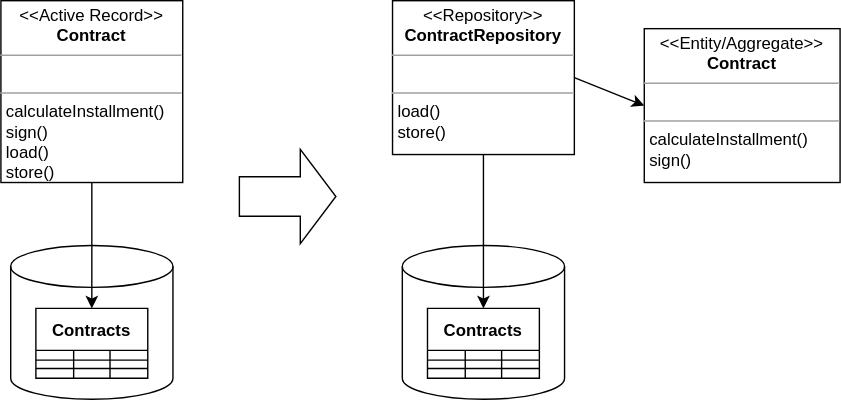
Earlier version of the draw.io export images/domain-driven-refactorings/tactical/split-active-record.drawio.svg (hschwentner/hschwentner.io). Source tidied: cells renumbered, new cells last; positions are measured from the earlier drawing's top-left corner, leaving out a move shared by most shapes. The source it was exported from:
```xml
<mxGraphModel>
  <root>
    <mxCell id="0" />
    <mxCell id="1" parent="0" />
    <mxCell id="2" value="&lt;p style=&quot;margin: 0px ; margin-top: 4px ; text-align: center&quot;&gt;&amp;lt;&amp;lt;Active Record&amp;gt;&amp;gt;&lt;br&gt;&lt;b&gt;Contract&lt;/b&gt;&lt;/p&gt;&lt;hr size=&quot;1&quot;&gt;&lt;p style=&quot;margin: 0px ; margin-left: 4px&quot;&gt;&lt;br&gt;&lt;/p&gt;&lt;hr size=&quot;1&quot;&gt;&lt;p style=&quot;margin: 0px ; margin-left: 4px&quot;&gt;&lt;span&gt;calculateInstallment()&lt;/span&gt;&lt;br&gt;&lt;/p&gt;&lt;p style=&quot;margin: 0px ; margin-left: 4px&quot;&gt;sign()&lt;/p&gt;&lt;p style=&quot;margin: 0px ; margin-left: 4px&quot;&gt;load()&lt;/p&gt;&lt;p style=&quot;margin: 0px ; margin-left: 4px&quot;&gt;store()&lt;/p&gt;" style="verticalAlign=top;align=left;overflow=fill;fontSize=12;fontFamily=Helvetica;html=1;" parent="1" vertex="1">
      <mxGeometry width="130" height="130" as="geometry" />
    </mxCell>
    <mxCell id="3" style="shape=flexArrow;endArrow=classic;html=1;rounded=0;endWidth=38.14814814814815;endSize=8.15;width=28.333333333333332;" parent="1" edge="1">
      <mxGeometry relative="1" as="geometry">
        <mxPoint x="170" y="140" as="sourcePoint" />
        <mxPoint x="240" y="140" as="targetPoint" />
      </mxGeometry>
    </mxCell>
    <mxCell id="4" style="shape=cylinder3;whiteSpace=wrap;html=1;boundedLbl=1;backgroundOutline=1;size=15;" parent="1" vertex="1">
      <mxGeometry x="7" y="175" width="116" height="110" as="geometry" />
    </mxCell>
    <mxCell id="5" value="Contracts" style="shape=table;startSize=30;fontStyle=1;align=center;" parent="1" vertex="1">
      <mxGeometry x="25" y="220" width="80" height="50" as="geometry" />
    </mxCell>
    <mxCell id="6" style="shape=partialRectangle;html=1;whiteSpace=wrap;fillColor=none;top=0;left=0;bottom=0;right=0;" parent="5" vertex="1">
      <mxGeometry y="30" width="80" height="7" as="geometry" />
    </mxCell>
    <mxCell id="7" style="shape=partialRectangle;html=1;whiteSpace=wrap;fillColor=none;top=0;left=0;bottom=0;right=0;overflow=hidden;" parent="6" vertex="1">
      <mxGeometry width="27" height="7" as="geometry" />
    </mxCell>
    <mxCell id="8" style="shape=partialRectangle;html=1;whiteSpace=wrap;fillColor=none;top=0;left=0;bottom=0;right=0;overflow=hidden;" parent="6" vertex="1">
      <mxGeometry x="27" width="26" height="7" as="geometry" />
    </mxCell>
    <mxCell id="9" style="shape=partialRectangle;html=1;whiteSpace=wrap;fillColor=none;top=0;left=0;bottom=0;right=0;overflow=hidden;" parent="6" vertex="1">
      <mxGeometry x="53" width="27" height="7" as="geometry" />
    </mxCell>
    <mxCell id="10" style="shape=partialRectangle;html=1;whiteSpace=wrap;fillColor=none;top=0;left=0;bottom=0;right=0;" parent="5" vertex="1">
      <mxGeometry y="37" width="80" height="6" as="geometry" />
    </mxCell>
    <mxCell id="11" style="shape=partialRectangle;html=1;whiteSpace=wrap;fillColor=none;top=0;left=0;bottom=0;right=0;overflow=hidden;" parent="10" vertex="1">
      <mxGeometry width="27" height="6" as="geometry" />
    </mxCell>
    <mxCell id="12" style="shape=partialRectangle;html=1;whiteSpace=wrap;fillColor=none;top=0;left=0;bottom=0;right=0;overflow=hidden;" parent="10" vertex="1">
      <mxGeometry x="27" width="26" height="6" as="geometry" />
    </mxCell>
    <mxCell id="13" style="shape=partialRectangle;html=1;whiteSpace=wrap;fillColor=none;top=0;left=0;bottom=0;right=0;overflow=hidden;" parent="10" vertex="1">
      <mxGeometry x="53" width="27" height="6" as="geometry" />
    </mxCell>
    <mxCell id="14" style="shape=partialRectangle;html=1;whiteSpace=wrap;fillColor=none;top=0;left=0;bottom=0;right=0;" parent="5" vertex="1">
      <mxGeometry y="43" width="80" height="7" as="geometry" />
    </mxCell>
    <mxCell id="15" style="shape=partialRectangle;html=1;whiteSpace=wrap;fillColor=none;top=0;left=0;bottom=0;right=0;overflow=hidden;" parent="14" vertex="1">
      <mxGeometry width="27" height="7" as="geometry" />
    </mxCell>
    <mxCell id="16" style="shape=partialRectangle;html=1;whiteSpace=wrap;fillColor=none;top=0;left=0;bottom=0;right=0;overflow=hidden;" parent="14" vertex="1">
      <mxGeometry x="27" width="26" height="7" as="geometry" />
    </mxCell>
    <mxCell id="17" style="shape=partialRectangle;html=1;whiteSpace=wrap;fillColor=none;top=0;left=0;bottom=0;right=0;overflow=hidden;" parent="14" vertex="1">
      <mxGeometry x="53" width="27" height="7" as="geometry" />
    </mxCell>
    <mxCell id="18" style="endArrow=classic;html=1;exitX=0.5;exitY=1;exitDx=0;exitDy=0;entryX=0.5;entryY=0;entryDx=0;entryDy=0;" parent="1" edge="1" source="2" target="5">
      <mxGeometry relative="1" as="geometry" />
    </mxCell>
    <mxCell id="19" style="edgeStyle=none;html=1;exitX=1;exitY=0.5;exitDx=0;exitDy=0;entryX=0;entryY=0.5;entryDx=0;entryDy=0;" parent="1" edge="1" source="20" target="36">
      <mxGeometry relative="1" as="geometry" />
    </mxCell>
    <mxCell id="20" value="&lt;p style=&quot;margin: 0px ; margin-top: 4px ; text-align: center&quot;&gt;&amp;lt;&amp;lt;Repository&amp;gt;&amp;gt;&lt;br&gt;&lt;b&gt;ContractRepository&lt;/b&gt;&lt;/p&gt;&lt;hr size=&quot;1&quot;&gt;&lt;p style=&quot;margin: 0px ; margin-left: 4px&quot;&gt;&lt;br&gt;&lt;/p&gt;&lt;hr size=&quot;1&quot;&gt;&lt;p style=&quot;margin: 0px ; margin-left: 4px&quot;&gt;&lt;span&gt;load()&lt;/span&gt;&lt;br&gt;&lt;/p&gt;&lt;p style=&quot;margin: 0px ; margin-left: 4px&quot;&gt;store()&lt;/p&gt;" style="verticalAlign=top;align=left;overflow=fill;fontSize=12;fontFamily=Helvetica;html=1;" parent="1" vertex="1">
      <mxGeometry x="280" width="130" height="110" as="geometry" />
    </mxCell>
    <mxCell id="21" style="shape=cylinder3;whiteSpace=wrap;html=1;boundedLbl=1;backgroundOutline=1;size=15;" parent="1" vertex="1">
      <mxGeometry x="287" y="175" width="116" height="110" as="geometry" />
    </mxCell>
    <mxCell id="22" value="Contracts" style="shape=table;startSize=30;fontStyle=1;align=center;" parent="1" vertex="1">
      <mxGeometry x="305" y="220" width="80" height="50" as="geometry" />
    </mxCell>
    <mxCell id="23" style="shape=partialRectangle;html=1;whiteSpace=wrap;fillColor=none;top=0;left=0;bottom=0;right=0;" parent="22" vertex="1">
      <mxGeometry y="30" width="80" height="7" as="geometry" />
    </mxCell>
    <mxCell id="24" style="shape=partialRectangle;html=1;whiteSpace=wrap;fillColor=none;top=0;left=0;bottom=0;right=0;overflow=hidden;" parent="23" vertex="1">
      <mxGeometry width="27" height="7" as="geometry" />
    </mxCell>
    <mxCell id="25" style="shape=partialRectangle;html=1;whiteSpace=wrap;fillColor=none;top=0;left=0;bottom=0;right=0;overflow=hidden;" parent="23" vertex="1">
      <mxGeometry x="27" width="26" height="7" as="geometry" />
    </mxCell>
    <mxCell id="26" style="shape=partialRectangle;html=1;whiteSpace=wrap;fillColor=none;top=0;left=0;bottom=0;right=0;overflow=hidden;" parent="23" vertex="1">
      <mxGeometry x="53" width="27" height="7" as="geometry" />
    </mxCell>
    <mxCell id="27" style="shape=partialRectangle;html=1;whiteSpace=wrap;fillColor=none;top=0;left=0;bottom=0;right=0;" parent="22" vertex="1">
      <mxGeometry y="37" width="80" height="6" as="geometry" />
    </mxCell>
    <mxCell id="28" style="shape=partialRectangle;html=1;whiteSpace=wrap;fillColor=none;top=0;left=0;bottom=0;right=0;overflow=hidden;" parent="27" vertex="1">
      <mxGeometry width="27" height="6" as="geometry" />
    </mxCell>
    <mxCell id="29" style="shape=partialRectangle;html=1;whiteSpace=wrap;fillColor=none;top=0;left=0;bottom=0;right=0;overflow=hidden;" parent="27" vertex="1">
      <mxGeometry x="27" width="26" height="6" as="geometry" />
    </mxCell>
    <mxCell id="30" style="shape=partialRectangle;html=1;whiteSpace=wrap;fillColor=none;top=0;left=0;bottom=0;right=0;overflow=hidden;" parent="27" vertex="1">
      <mxGeometry x="53" width="27" height="6" as="geometry" />
    </mxCell>
    <mxCell id="31" style="shape=partialRectangle;html=1;whiteSpace=wrap;fillColor=none;top=0;left=0;bottom=0;right=0;" parent="22" vertex="1">
      <mxGeometry y="43" width="80" height="7" as="geometry" />
    </mxCell>
    <mxCell id="32" style="shape=partialRectangle;html=1;whiteSpace=wrap;fillColor=none;top=0;left=0;bottom=0;right=0;overflow=hidden;" parent="31" vertex="1">
      <mxGeometry width="27" height="7" as="geometry" />
    </mxCell>
    <mxCell id="33" style="shape=partialRectangle;html=1;whiteSpace=wrap;fillColor=none;top=0;left=0;bottom=0;right=0;overflow=hidden;" parent="31" vertex="1">
      <mxGeometry x="27" width="26" height="7" as="geometry" />
    </mxCell>
    <mxCell id="34" style="shape=partialRectangle;html=1;whiteSpace=wrap;fillColor=none;top=0;left=0;bottom=0;right=0;overflow=hidden;" parent="31" vertex="1">
      <mxGeometry x="53" width="27" height="7" as="geometry" />
    </mxCell>
    <mxCell id="35" style="endArrow=classic;html=1;exitX=0.5;exitY=1;exitDx=0;exitDy=0;entryX=0.5;entryY=0;entryDx=0;entryDy=0;" parent="1" edge="1" source="20" target="22">
      <mxGeometry relative="1" as="geometry" />
    </mxCell>
    <mxCell id="36" value="&lt;p style=&quot;margin: 0px ; margin-top: 4px ; text-align: center&quot;&gt;&amp;lt;&amp;lt;Entity/Aggregate&amp;gt;&amp;gt;&lt;br&gt;&lt;b&gt;Contract&lt;/b&gt;&lt;/p&gt;&lt;hr size=&quot;1&quot;&gt;&lt;p style=&quot;margin: 0px ; margin-left: 4px&quot;&gt;&lt;br&gt;&lt;/p&gt;&lt;hr size=&quot;1&quot;&gt;&lt;p style=&quot;margin: 0px ; margin-left: 4px&quot;&gt;&lt;span&gt;calculateInstallment()&lt;/span&gt;&lt;br&gt;&lt;/p&gt;&lt;p style=&quot;margin: 0px ; margin-left: 4px&quot;&gt;sign()&lt;/p&gt;&lt;p style=&quot;margin: 0px ; margin-left: 4px&quot;&gt;&lt;br&gt;&lt;/p&gt;" style="verticalAlign=top;align=left;overflow=fill;fontSize=12;fontFamily=Helvetica;html=1;" parent="1" vertex="1">
      <mxGeometry x="460" y="20" width="140" height="110" as="geometry" />
    </mxCell>
  </root>
</mxGraphModel>
```
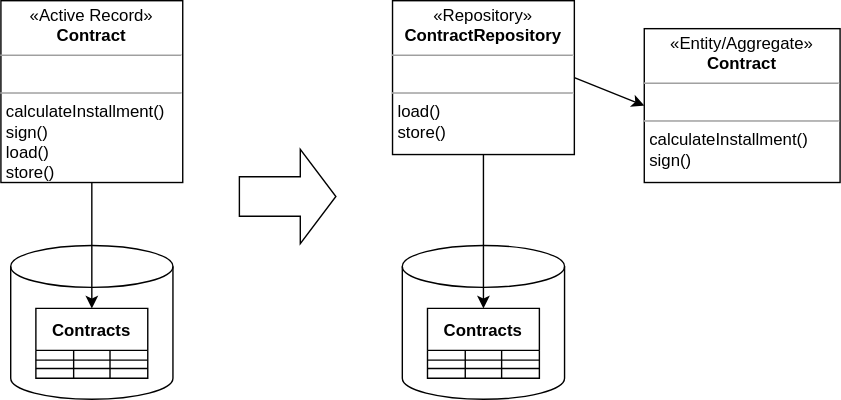
Later version of the same file.

What changed in the source:
```diff
@@ -2,7 +2,7 @@
   <root>
     <mxCell id="0" />
     <mxCell id="1" parent="0" />
-    <mxCell id="2" value="&lt;p style=&quot;margin: 0px ; margin-top: 4px ; text-align: center&quot;&gt;&amp;lt;&amp;lt;Active Record&amp;gt;&amp;gt;&lt;br&gt;&lt;b&gt;Contract&lt;/b&gt;&lt;/p&gt;&lt;hr size=&quot;1&quot;&gt;&lt;p style=&quot;margin: 0px ; margin-left: 4px&quot;&gt;&lt;br&gt;&lt;/p&gt;&lt;hr size=&quot;1&quot;&gt;&lt;p style=&quot;margin: 0px ; margin-left: 4px&quot;&gt;&lt;span&gt;calculateInstallment()&lt;/span&gt;&lt;br&gt;&lt;/p&gt;&lt;p style=&quot;margin: 0px ; margin-left: 4px&quot;&gt;sign()&lt;/p&gt;&lt;p style=&quot;margin: 0px ; margin-left: 4px&quot;&gt;load()&lt;/p&gt;&lt;p style=&quot;margin: 0px ; margin-left: 4px&quot;&gt;store()&lt;/p&gt;" style="verticalAlign=top;align=left;overflow=fill;fontSize=12;fontFamily=Helvetica;html=1;" parent="1" vertex="1">
+    <mxCell id="2" value="&lt;p style=&quot;margin: 0px ; margin-top: 4px ; text-align: center&quot;&gt;«Active Record»&lt;br&gt;&lt;b&gt;Contract&lt;/b&gt;&lt;/p&gt;&lt;hr size=&quot;1&quot;&gt;&lt;p style=&quot;margin: 0px ; margin-left: 4px&quot;&gt;&lt;br&gt;&lt;/p&gt;&lt;hr size=&quot;1&quot;&gt;&lt;p style=&quot;margin: 0px ; margin-left: 4px&quot;&gt;&lt;span&gt;calculateInstallment()&lt;/span&gt;&lt;br&gt;&lt;/p&gt;&lt;p style=&quot;margin: 0px ; margin-left: 4px&quot;&gt;sign()&lt;/p&gt;&lt;p style=&quot;margin: 0px ; margin-left: 4px&quot;&gt;load()&lt;/p&gt;&lt;p style=&quot;margin: 0px ; margin-left: 4px&quot;&gt;store()&lt;/p&gt;" style="verticalAlign=top;align=left;overflow=fill;fontSize=12;fontFamily=Helvetica;html=1;" parent="1" vertex="1">
       <mxGeometry width="130" height="130" as="geometry" />
     </mxCell>
     <mxCell id="3" style="shape=flexArrow;endArrow=classic;html=1;rounded=0;endWidth=38.14814814814815;endSize=8.15;width=28.333333333333332;" parent="1" edge="1">
@@ -59,7 +59,7 @@
     <mxCell id="19" style="edgeStyle=none;html=1;exitX=1;exitY=0.5;exitDx=0;exitDy=0;entryX=0;entryY=0.5;entryDx=0;entryDy=0;" parent="1" edge="1" source="20" target="36">
       <mxGeometry relative="1" as="geometry" />
     </mxCell>
-    <mxCell id="20" value="&lt;p style=&quot;margin: 0px ; margin-top: 4px ; text-align: center&quot;&gt;&amp;lt;&amp;lt;Repository&amp;gt;&amp;gt;&lt;br&gt;&lt;b&gt;ContractRepository&lt;/b&gt;&lt;/p&gt;&lt;hr size=&quot;1&quot;&gt;&lt;p style=&quot;margin: 0px ; margin-left: 4px&quot;&gt;&lt;br&gt;&lt;/p&gt;&lt;hr size=&quot;1&quot;&gt;&lt;p style=&quot;margin: 0px ; margin-left: 4px&quot;&gt;&lt;span&gt;load()&lt;/span&gt;&lt;br&gt;&lt;/p&gt;&lt;p style=&quot;margin: 0px ; margin-left: 4px&quot;&gt;store()&lt;/p&gt;" style="verticalAlign=top;align=left;overflow=fill;fontSize=12;fontFamily=Helvetica;html=1;" parent="1" vertex="1">
+    <mxCell id="20" value="&lt;p style=&quot;margin: 0px ; margin-top: 4px ; text-align: center&quot;&gt;«Repository»&lt;br&gt;&lt;b&gt;ContractRepository&lt;/b&gt;&lt;/p&gt;&lt;hr size=&quot;1&quot;&gt;&lt;p style=&quot;margin: 0px ; margin-left: 4px&quot;&gt;&lt;br&gt;&lt;/p&gt;&lt;hr size=&quot;1&quot;&gt;&lt;p style=&quot;margin: 0px ; margin-left: 4px&quot;&gt;&lt;span&gt;load()&lt;/span&gt;&lt;br&gt;&lt;/p&gt;&lt;p style=&quot;margin: 0px ; margin-left: 4px&quot;&gt;store()&lt;/p&gt;" style="verticalAlign=top;align=left;overflow=fill;fontSize=12;fontFamily=Helvetica;html=1;" parent="1" vertex="1">
       <mxGeometry x="280" width="130" height="110" as="geometry" />
     </mxCell>
     <mxCell id="21" style="shape=cylinder3;whiteSpace=wrap;html=1;boundedLbl=1;backgroundOutline=1;size=15;" parent="1" vertex="1">
@@ -107,7 +107,7 @@
     <mxCell id="35" style="endArrow=classic;html=1;exitX=0.5;exitY=1;exitDx=0;exitDy=0;entryX=0.5;entryY=0;entryDx=0;entryDy=0;" parent="1" edge="1" source="20" target="22">
       <mxGeometry relative="1" as="geometry" />
     </mxCell>
-    <mxCell id="36" value="&lt;p style=&quot;margin: 0px ; margin-top: 4px ; text-align: center&quot;&gt;&amp;lt;&amp;lt;Entity/Aggregate&amp;gt;&amp;gt;&lt;br&gt;&lt;b&gt;Contract&lt;/b&gt;&lt;/p&gt;&lt;hr size=&quot;1&quot;&gt;&lt;p style=&quot;margin: 0px ; margin-left: 4px&quot;&gt;&lt;br&gt;&lt;/p&gt;&lt;hr size=&quot;1&quot;&gt;&lt;p style=&quot;margin: 0px ; margin-left: 4px&quot;&gt;&lt;span&gt;calculateInstallment()&lt;/span&gt;&lt;br&gt;&lt;/p&gt;&lt;p style=&quot;margin: 0px ; margin-left: 4px&quot;&gt;sign()&lt;/p&gt;&lt;p style=&quot;margin: 0px ; margin-left: 4px&quot;&gt;&lt;br&gt;&lt;/p&gt;" style="verticalAlign=top;align=left;overflow=fill;fontSize=12;fontFamily=Helvetica;html=1;" parent="1" vertex="1">
+    <mxCell id="36" value="&lt;p style=&quot;margin: 0px ; margin-top: 4px ; text-align: center&quot;&gt;«Entity/Aggregate»&lt;br&gt;&lt;b&gt;Contract&lt;/b&gt;&lt;/p&gt;&lt;hr size=&quot;1&quot;&gt;&lt;p style=&quot;margin: 0px ; margin-left: 4px&quot;&gt;&lt;br&gt;&lt;/p&gt;&lt;hr size=&quot;1&quot;&gt;&lt;p style=&quot;margin: 0px ; margin-left: 4px&quot;&gt;&lt;span&gt;calculateInstallment()&lt;/span&gt;&lt;br&gt;&lt;/p&gt;&lt;p style=&quot;margin: 0px ; margin-left: 4px&quot;&gt;sign()&lt;/p&gt;&lt;p style=&quot;margin: 0px ; margin-left: 4px&quot;&gt;&lt;br&gt;&lt;/p&gt;" style="verticalAlign=top;align=left;overflow=fill;fontSize=12;fontFamily=Helvetica;html=1;" parent="1" vertex="1">
       <mxGeometry x="460" y="20" width="140" height="110" as="geometry" />
     </mxCell>
   </root>
```
